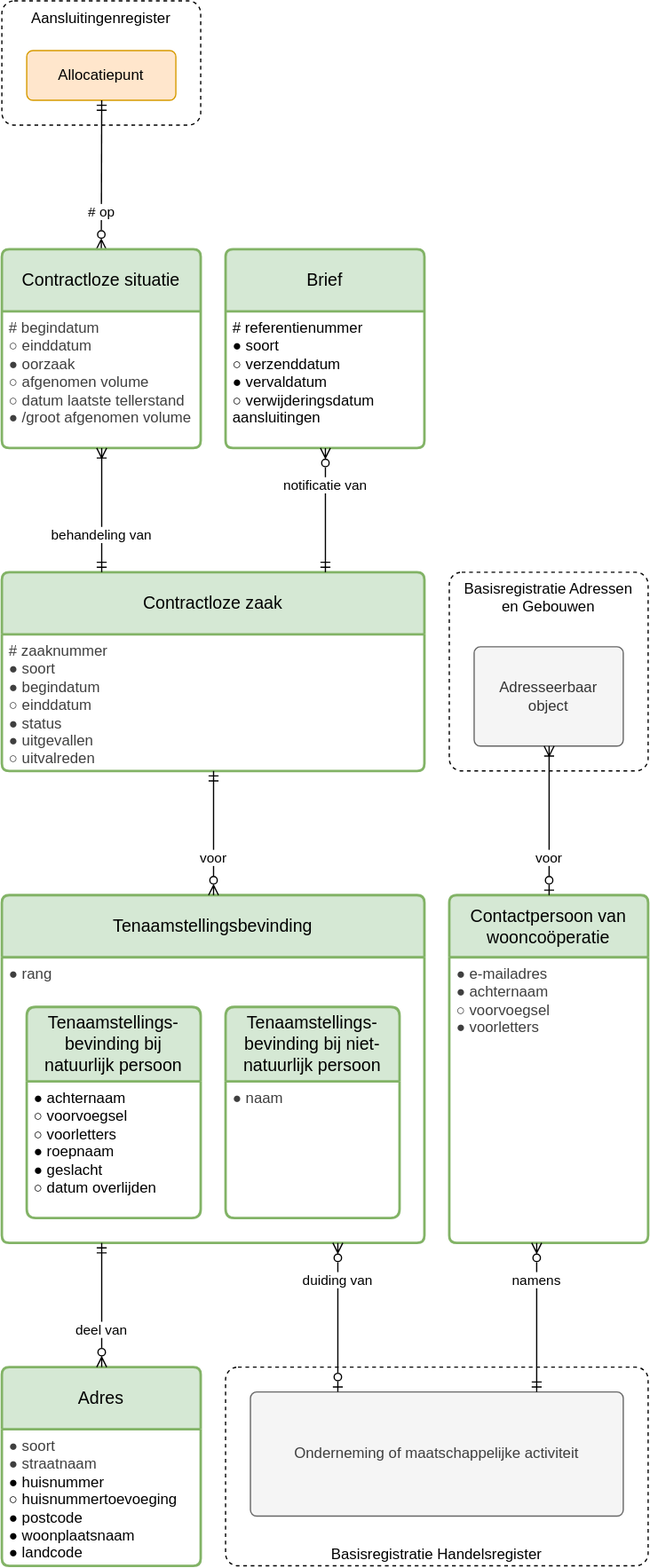
This is registers/contractloosregister/1.0/contractloosregister.drawio.svg from Netbeheer-Nederland/stelsel, a draw.io export, as it was before one commit. Source tidied: cells renumbered, new cells last; positions are measured from the earlier drawing's top-left corner, leaving out a move shared by most shapes.
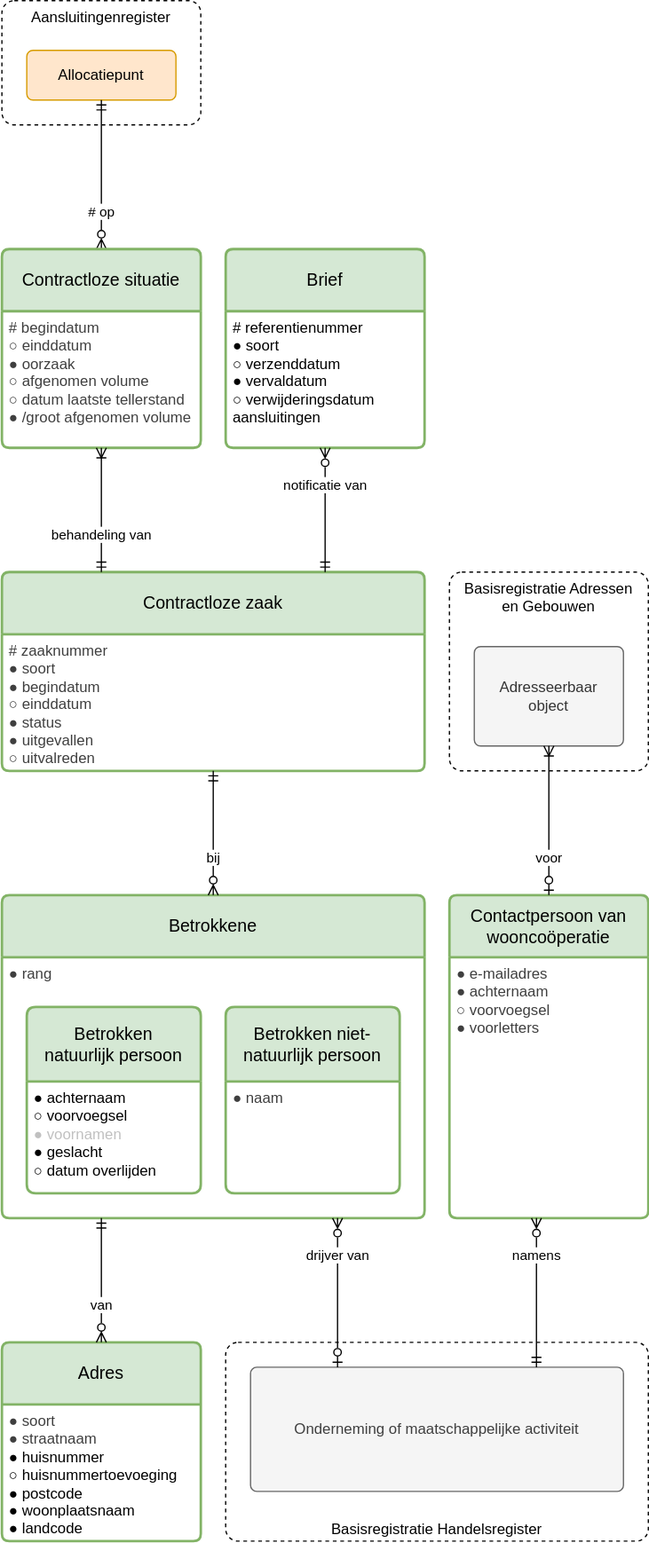
After the change.

Commit message:
tenaamstellingsbevinding --> betrokkene

What changed in the source:
```diff
@@ -29,43 +29,43 @@
     <mxCell id="10" value="# op" style="endArrow=ERmandOne;html=1;edgeStyle=elbowEdgeStyle;endFill=0;startArrow=ERzeroToMany;startFill=0;align=center;exitX=0.5;exitY=0;exitDx=0;exitDy=0;" parent="1" edge="1" source="24" target="8">
       <mxGeometry x="-0.5" relative="1" as="geometry" />
     </mxCell>
-    <mxCell id="11" value="Tenaamstellingsbevinding" style="swimlane;horizontal=1;startSize=50;rounded=1;fontSize=14;fontStyle=0;strokeWidth=2;shadow=0;dashed=0;align=center;arcSize=4;whiteSpace=wrap;html=1;spacing=10;fillColor=#d5e8d4;strokeColor=#82b366;" parent="1" vertex="1">
-      <mxGeometry y="720" width="340" height="280" as="geometry" />
+    <mxCell id="11" value="Betrokkene" style="swimlane;horizontal=1;startSize=50;rounded=1;fontSize=14;fontStyle=0;strokeWidth=2;shadow=0;dashed=0;align=center;arcSize=4;whiteSpace=wrap;html=1;spacing=10;fillColor=#d5e8d4;strokeColor=#82b366;" parent="1" vertex="1">
+      <mxGeometry y="720" width="340" height="260" as="geometry" />
     </mxCell>
     <mxCell id="12" value="&lt;span style=&quot;color: rgb(63, 63, 63);&quot;&gt;● rang&lt;/span&gt;" style="align=left;strokeColor=none;fillColor=none;spacingLeft=4;fontSize=12;verticalAlign=top;html=1;" parent="11" vertex="1">
-      <mxGeometry y="50" width="340" height="230" as="geometry" />
+      <mxGeometry y="50" width="340" height="210" as="geometry" />
     </mxCell>
-    <mxCell id="13" value="voor" style="endArrow=ERmandOne;html=1;edgeStyle=elbowEdgeStyle;endFill=0;startArrow=ERzeroToMany;startFill=0;align=center;fontColor=default;" parent="1" edge="1" source="11" target="3">
+    <mxCell id="13" value="bij" style="endArrow=ERmandOne;html=1;edgeStyle=elbowEdgeStyle;endFill=0;startArrow=ERzeroToMany;startFill=0;align=center;fontColor=default;" parent="1" edge="1" source="11" target="3">
       <mxGeometry x="-0.4" relative="1" as="geometry" />
     </mxCell>
     <mxCell id="14" value="Adres" style="swimlane;horizontal=1;startSize=50;rounded=1;fontSize=14;fontStyle=0;strokeWidth=2;shadow=0;dashed=0;align=center;arcSize=4;whiteSpace=wrap;html=1;spacing=10;fillColor=#d5e8d4;strokeColor=#82b366;" parent="1" vertex="1">
-      <mxGeometry y="1100" width="160" height="160" as="geometry" />
+      <mxGeometry y="1080" width="160" height="160" as="geometry" />
     </mxCell>
     <mxCell id="15" value="&lt;div&gt;&lt;span style=&quot;color: rgb(63, 63, 63); background-color: transparent;&quot;&gt;&lt;span style=&quot;color: rgb(63, 63, 63);&quot;&gt;● soort&lt;/span&gt;&lt;/span&gt;&lt;/div&gt;&lt;div&gt;&lt;span style=&quot;color: rgb(63, 63, 63); background-color: transparent;&quot;&gt;&lt;span style=&quot;color: rgb(63, 63, 63); background-color: transparent;&quot;&gt;●&lt;/span&gt;&amp;nbsp;straatnaam&lt;/span&gt;&lt;/div&gt;&lt;div&gt;&lt;font&gt;● huisnummer&lt;/font&gt;&lt;/div&gt;&lt;div&gt;&lt;font&gt;○ huisnummertoevoeging&lt;/font&gt;&lt;/div&gt;&lt;div&gt;&lt;font&gt;● postcode&lt;/font&gt;&lt;/div&gt;&lt;div&gt;&lt;font&gt;● woonplaatsnaam&lt;/font&gt;&lt;/div&gt;&lt;div&gt;&lt;font&gt;● landcode&lt;/font&gt;&lt;/div&gt;" style="align=left;strokeColor=none;fillColor=none;spacingLeft=4;fontSize=12;verticalAlign=top;html=1;" parent="14" vertex="1">
       <mxGeometry y="50" width="160" height="110" as="geometry" />
     </mxCell>
-    <mxCell id="16" value="deel van" style="endArrow=ERmandOne;html=1;edgeStyle=elbowEdgeStyle;endFill=0;startArrow=ERzeroToMany;startFill=0;" parent="1" edge="1" source="14" target="11">
+    <mxCell id="16" value="van" style="endArrow=ERmandOne;html=1;edgeStyle=elbowEdgeStyle;endFill=0;startArrow=ERzeroToMany;startFill=0;" parent="1" edge="1" source="14" target="11">
       <mxGeometry x="-0.4" relative="1" as="geometry" />
     </mxCell>
-    <mxCell id="17" value="Tenaamstellings-bevinding bij natuurlijk persoon" style="swimlane;horizontal=1;startSize=60;rounded=1;fontSize=14;fontStyle=0;strokeWidth=2;shadow=0;dashed=0;align=center;arcSize=4;whiteSpace=wrap;html=1;spacing=10;fillColor=#d5e8d4;strokeColor=#82b366;" parent="1" vertex="1">
-      <mxGeometry x="20" y="810" width="140" height="170" as="geometry" />
+    <mxCell id="17" value="Betrokken natuurlijk persoon" style="swimlane;horizontal=1;startSize=60;rounded=1;fontSize=14;fontStyle=0;strokeWidth=2;shadow=0;dashed=0;align=center;arcSize=4;whiteSpace=wrap;html=1;spacing=10;fillColor=#d5e8d4;strokeColor=#82b366;" parent="1" vertex="1">
+      <mxGeometry x="20" y="810" width="140" height="150" as="geometry" />
     </mxCell>
-    <mxCell id="18" value="&lt;div&gt;● achternaam&lt;/div&gt;&lt;div&gt;○ voorvoegsel&lt;/div&gt;&lt;div&gt;○ voorletters&lt;/div&gt;&lt;div&gt;● roepnaam&lt;/div&gt;&lt;div&gt;● geslacht&lt;/div&gt;&lt;div&gt;○ datum overlijden&lt;/div&gt;" style="align=left;strokeColor=none;fillColor=none;spacingLeft=4;fontSize=12;verticalAlign=top;html=1;" parent="17" vertex="1">
-      <mxGeometry y="60" width="140" height="110" as="geometry" />
+    <mxCell id="18" value="&lt;div&gt;&lt;font&gt;● achternaam&lt;/font&gt;&lt;/div&gt;&lt;div&gt;&lt;font&gt;○ voorvoegsel&lt;/font&gt;&lt;/div&gt;&lt;div&gt;&lt;span style=&quot;background-color: transparent; color: rgb(192, 192, 192);&quot;&gt;&lt;font&gt;● voornamen&lt;/font&gt;&lt;/span&gt;&lt;/div&gt;&lt;div&gt;&lt;font&gt;● geslacht&lt;/font&gt;&lt;/div&gt;&lt;div&gt;&lt;font&gt;○ datum overlijden&lt;/font&gt;&lt;/div&gt;" style="align=left;strokeColor=none;fillColor=none;spacingLeft=4;fontSize=12;verticalAlign=top;html=1;" parent="17" vertex="1">
+      <mxGeometry y="60" width="140" height="90" as="geometry" />
     </mxCell>
-    <mxCell id="19" value="Tenaamstellings-bevinding bij niet-natuurlijk persoon" style="swimlane;horizontal=1;startSize=60;rounded=1;fontSize=14;fontStyle=0;strokeWidth=2;shadow=0;dashed=0;align=center;arcSize=4;whiteSpace=wrap;html=1;spacing=10;fillColor=#d5e8d4;strokeColor=#82b366;" parent="1" vertex="1">
-      <mxGeometry x="180" y="810" width="140" height="170" as="geometry" />
+    <mxCell id="19" value="Betrokken niet-natuurlijk persoon" style="swimlane;horizontal=1;startSize=60;rounded=1;fontSize=14;fontStyle=0;strokeWidth=2;shadow=0;dashed=0;align=center;arcSize=4;whiteSpace=wrap;html=1;spacing=10;fillColor=#d5e8d4;strokeColor=#82b366;" parent="1" vertex="1">
+      <mxGeometry x="180" y="810" width="140" height="150" as="geometry" />
     </mxCell>
     <mxCell id="20" value="&lt;span style=&quot;color: rgb(63, 63, 63);&quot;&gt;● naam&lt;/span&gt;" style="align=left;strokeColor=none;fillColor=none;spacingLeft=4;fontSize=12;verticalAlign=top;html=1;" parent="19" vertex="1">
-      <mxGeometry y="60" width="140" height="110" as="geometry" />
+      <mxGeometry y="60" width="140" height="90" as="geometry" />
     </mxCell>
     <mxCell id="21" value="Basisregistratie Handelsregister" style="rounded=1;whiteSpace=wrap;html=1;absoluteArcSize=1;dashed=1;fillColor=default;verticalAlign=bottom;spacingLeft=10;spacingRight=10;" parent="1" vertex="1">
-      <mxGeometry x="180" y="1100" width="340" height="160" as="geometry" />
+      <mxGeometry x="180" y="1080" width="340" height="160" as="geometry" />
     </mxCell>
     <mxCell id="22" value="&lt;div&gt;&lt;span style=&quot;color: rgb(63, 63, 63); background-color: transparent;&quot;&gt;Onderneming of maatschappelijke activiteit&lt;/span&gt;&lt;/div&gt;" style="rounded=1;arcSize=10;whiteSpace=wrap;html=1;align=center;absoluteArcSize=1;spacing=10;fillColor=#f5f5f5;strokeColor=#666666;fontColor=#333333;" parent="1" vertex="1">
-      <mxGeometry x="200" y="1120" width="300" height="100" as="geometry" />
+      <mxGeometry x="200" y="1100" width="300" height="100" as="geometry" />
     </mxCell>
-    <mxCell id="23" value="duiding van" style="endArrow=ERzeroToOne;html=1;edgeStyle=elbowEdgeStyle;endFill=0;startArrow=ERzeroToMany;startFill=0;align=center;" parent="1" edge="1" source="11" target="22">
+    <mxCell id="23" value="drijver van" style="endArrow=ERzeroToOne;html=1;edgeStyle=elbowEdgeStyle;endFill=0;startArrow=ERzeroToMany;startFill=0;align=center;" parent="1" edge="1" source="11" target="22">
       <mxGeometry x="-0.5" relative="1" as="geometry" />
     </mxCell>
     <mxCell id="24" value="Contractloze situatie" style="swimlane;horizontal=1;startSize=50;rounded=1;fontSize=14;fontStyle=0;strokeWidth=2;shadow=0;dashed=0;align=center;arcSize=4;whiteSpace=wrap;html=1;spacing=10;fillColor=#d5e8d4;strokeColor=#82b366;" parent="1" vertex="1">
@@ -81,10 +81,10 @@
       <mxGeometry x="380" y="520" width="120" height="80" as="geometry" />
     </mxCell>
     <mxCell id="28" value="Contactpersoon van wooncoöperatie" style="swimlane;horizontal=1;startSize=50;rounded=1;fontSize=14;fontStyle=0;strokeWidth=2;shadow=0;dashed=0;align=center;arcSize=4;whiteSpace=wrap;html=1;spacing=10;fillColor=#d5e8d4;strokeColor=#82b366;" parent="1" vertex="1">
-      <mxGeometry x="360" y="720" width="160" height="280" as="geometry" />
+      <mxGeometry x="360" y="720" width="160" height="260" as="geometry" />
     </mxCell>
     <mxCell id="29" value="&lt;div style=&quot;color: rgb(63, 63, 63); scrollbar-color: rgb(226, 226, 226) rgb(251, 251, 251);&quot;&gt;&lt;span style=&quot;color: rgb(63, 63, 63);&quot;&gt;● e-mailadres&lt;/span&gt;&lt;/div&gt;&lt;div style=&quot;color: rgb(63, 63, 63); scrollbar-color: rgb(226, 226, 226) rgb(251, 251, 251);&quot;&gt;● achternaam&lt;/div&gt;&lt;div style=&quot;color: rgb(63, 63, 63); scrollbar-color: rgb(226, 226, 226) rgb(251, 251, 251);&quot;&gt;○ voorvoegsel&lt;/div&gt;&lt;div style=&quot;color: rgb(63, 63, 63); scrollbar-color: rgb(226, 226, 226) rgb(251, 251, 251);&quot;&gt;&lt;span style=&quot;color: rgb(63, 63, 63); background-color: transparent;&quot;&gt;●&lt;/span&gt;&amp;nbsp;voorletters&lt;/div&gt;" style="align=left;strokeColor=none;fillColor=none;spacingLeft=4;fontSize=12;verticalAlign=top;html=1;" parent="28" vertex="1">
-      <mxGeometry y="50" width="160" height="230" as="geometry" />
+      <mxGeometry y="50" width="160" height="210" as="geometry" />
     </mxCell>
     <mxCell id="30" value="voor" style="endArrow=ERoneToMany;html=1;edgeStyle=elbowEdgeStyle;endFill=0;startArrow=ERzeroToOne;startFill=0;align=center;" parent="1" edge="1" source="28" target="27">
       <mxGeometry x="-0.5" relative="1" as="geometry" />
```
